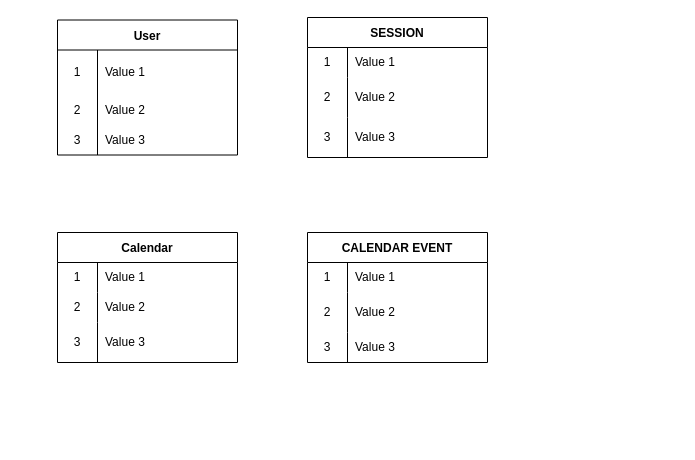
Above: db.scheme.drawio in levafedorov/calendar-body (draw.io), before the change. Source tidied: cells renumbered, new cells numbered last; positions are measured from the earlier drawing's top-left corner, leaving out a move shared by most shapes. Both pictures are drawn from the tidied source at 100%, with x=0, y=0 at pixel (57, 17).
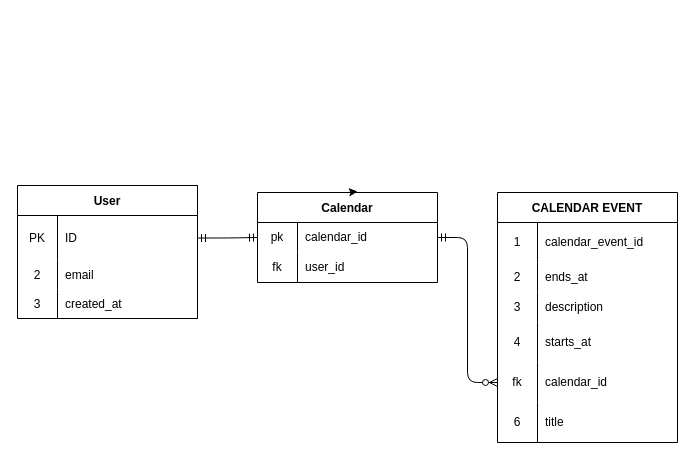
The same diagram, later.

The change refers to these unchanged cells:
```xml
<mxCell id="3" style="shape=tableRow;horizontal=0;startSize=0;swimlaneHead=0;swimlaneBody=0;top=0;left=0;bottom=0;right=0;fillColor=none;points=[[0,0.5],[1,0.5]];portConstraint=eastwest;" parent="2" vertex="1">
  <mxGeometry y="30" width="180" height="45" as="geometry" />
</mxCell>
<mxCell id="33" style="shape=tableRow;horizontal=0;startSize=0;swimlaneHead=0;swimlaneBody=0;top=0;left=0;bottom=0;right=0;fillColor=none;points=[[0,0.5],[1,0.5]];portConstraint=eastwest;" parent="32" vertex="1">
  <mxGeometry y="30" width="180" height="30" as="geometry" />
</mxCell>
<mxCell id="36" style="shape=tableRow;horizontal=0;startSize=0;swimlaneHead=0;swimlaneBody=0;top=0;left=0;bottom=0;right=0;fillColor=none;" parent="32" vertex="1">
  <mxGeometry y="60" width="180" height="30" as="geometry" />
</mxCell>
```

Diff of the diagram source:
```diff
@@
     <mxCell id="2" value="User" style="shape=table;startSize=30;childLayout=tableLayout;rowLines=0;fontStyle=1;" parent="1" vertex="1">
-      <mxGeometry y="2.5" width="180" height="135" as="geometry" />
+      <mxGeometry x="-40" y="168" width="180" height="133" as="geometry" />
     </mxCell>
@@
-    <mxCell id="4" value="1" style="shape=partialRectangle;html=1;whiteSpace=wrap;fillColor=none;top=0;left=0;bottom=0;right=0;overflow=hidden;" parent="3" vertex="1">
+    <mxCell id="4" value="PK" style="shape=partialRectangle;html=1;whiteSpace=wrap;fillColor=none;top=0;left=0;bottom=0;right=0;overflow=hidden;" parent="3" vertex="1">
       <mxGeometry width="40" height="45" as="geometry" />
     </mxCell>
-    <mxCell id="5" value="Value 1" style="shape=partialRectangle;html=1;whiteSpace=wrap;fillColor=none;top=0;left=0;bottom=0;right=0;align=left;spacingLeft=6;overflow=hidden;" parent="3" vertex="1">
+    <mxCell id="5" value="ID" style="shape=partialRectangle;html=1;whiteSpace=wrap;fillColor=none;top=0;left=0;bottom=0;right=0;align=left;spacingLeft=6;overflow=hidden;" parent="3" vertex="1">
       <mxGeometry x="40" width="140" height="45" as="geometry" />
     </mxCell>
-    <mxCell id="6" style="shape=tableRow;horizontal=0;startSize=0;swimlaneHead=0;swimlaneBody=0;top=0;left=0;bottom=0;right=0;fillColor=none;" parent="2" vertex="1">
-      <mxGeometry y="75" width="180" height="30" as="geometry" />
-    </mxCell>
-    <mxCell id="7" value="2" style="shape=partialRectangle;html=1;whiteSpace=wrap;fillColor=none;top=0;left=0;bottom=0;right=0;overflow=hidden;" parent="6" vertex="1">
-      <mxGeometry width="40" height="30" as="geometry" />
-    </mxCell>
-    <mxCell id="8" value="Value 2" style="shape=partialRectangle;html=1;whiteSpace=wrap;fillColor=none;top=0;left=0;bottom=0;right=0;align=left;spacingLeft=6;overflow=hidden;" parent="6" vertex="1">
-      <mxGeometry x="40" width="140" height="30" as="geometry" />
-    </mxCell>
-    <mxCell id="9" style="shape=tableRow;horizontal=0;startSize=0;swimlaneHead=0;swimlaneBody=0;top=0;left=0;bottom=0;right=0;fillColor=none;" parent="2" vertex="1">
-      <mxGeometry y="105" width="180" height="30" as="geometry" />
-    </mxCell>
-    <mxCell id="10" value="3" style="shape=partialRectangle;html=1;whiteSpace=wrap;fillColor=none;top=0;left=0;bottom=0;right=0;overflow=hidden;" parent="9" vertex="1">
-      <mxGeometry width="40" height="30" as="geometry" />
-    </mxCell>
-    <mxCell id="11" value="Value 3" style="shape=partialRectangle;html=1;whiteSpace=wrap;fillColor=none;top=0;left=0;bottom=0;right=0;align=left;spacingLeft=6;overflow=hidden;" parent="9" vertex="1">
-      <mxGeometry x="40" width="140" height="30" as="geometry" />
-    </mxCell>
-    <mxCell id="12" value="SESSION" style="shape=table;startSize=30;childLayout=tableLayout;rowLines=0;fontStyle=1;" parent="1" vertex="1">
-      <mxGeometry x="250" width="180" height="140" as="geometry" />
-    </mxCell>
-    <mxCell id="13" style="shape=tableRow;horizontal=0;startSize=0;swimlaneHead=0;swimlaneBody=0;top=0;left=0;bottom=0;right=0;fillColor=none;" parent="12" vertex="1">
-      <mxGeometry y="30" width="180" height="30" as="geometry" />
-    </mxCell>
-    <mxCell id="14" value="1" style="shape=partialRectangle;html=1;whiteSpace=wrap;fillColor=none;top=0;left=0;bottom=0;right=0;overflow=hidden;" parent="13" vertex="1">
-      <mxGeometry width="40" height="30" as="geometry" />
-    </mxCell>
-    <mxCell id="15" value="Value 1" style="shape=partialRectangle;html=1;whiteSpace=wrap;fillColor=none;top=0;left=0;bottom=0;right=0;align=left;spacingLeft=6;overflow=hidden;" parent="13" vertex="1">
-      <mxGeometry x="40" width="140" height="30" as="geometry" />
-    </mxCell>
-    <mxCell id="16" style="shape=tableRow;horizontal=0;startSize=0;swimlaneHead=0;swimlaneBody=0;top=0;left=0;bottom=0;right=0;fillColor=none;" parent="12" vertex="1">
-      <mxGeometry y="60" width="180" height="40" as="geometry" />
-    </mxCell>
-    <mxCell id="17" value="2" style="shape=partialRectangle;html=1;whiteSpace=wrap;fillColor=none;top=0;left=0;bottom=0;right=0;overflow=hidden;" parent="16" vertex="1">
-      <mxGeometry width="40" height="40" as="geometry" />
-    </mxCell>
-    <mxCell id="18" value="Value 2" style="shape=partialRectangle;html=1;whiteSpace=wrap;fillColor=none;top=0;left=0;bottom=0;right=0;align=left;spacingLeft=6;overflow=hidden;" parent="16" vertex="1">
-      <mxGeometry x="40" width="140" height="40" as="geometry" />
-    </mxCell>
-    <mxCell id="19" style="shape=tableRow;horizontal=0;startSize=0;swimlaneHead=0;swimlaneBody=0;top=0;left=0;bottom=0;right=0;fillColor=none;" parent="12" vertex="1">
-      <mxGeometry y="100" width="180" height="40" as="geometry" />
-    </mxCell>
-    <mxCell id="20" value="3" style="shape=partialRectangle;html=1;whiteSpace=wrap;fillColor=none;top=0;left=0;bottom=0;right=0;overflow=hidden;" parent="19" vertex="1">
-      <mxGeometry width="40" height="40" as="geometry" />
-    </mxCell>
-    <mxCell id="21" value="Value 3" style="shape=partialRectangle;html=1;whiteSpace=wrap;fillColor=none;top=0;left=0;bottom=0;right=0;align=left;spacingLeft=6;overflow=hidden;" parent="19" vertex="1">
-      <mxGeometry x="40" width="140" height="40" as="geometry" />
-    </mxCell>
+    <mxCell id="42" style="shape=tableRow;horizontal=0;startSize=0;swimlaneHead=0;swimlaneBody=0;top=0;left=0;bottom=0;right=0;fillColor=none;" parent="2" vertex="1">
+      <mxGeometry y="75" width="180" height="29" as="geometry" />
+    </mxCell>
+    <mxCell id="43" value="2" style="shape=partialRectangle;html=1;whiteSpace=wrap;fillColor=none;top=0;left=0;bottom=0;right=0;overflow=hidden;" parent="42" vertex="1">
+      <mxGeometry width="40" height="29" as="geometry" />
+    </mxCell>
+    <mxCell id="44" value="email" style="shape=partialRectangle;html=1;whiteSpace=wrap;fillColor=none;top=0;left=0;bottom=0;right=0;align=left;spacingLeft=6;overflow=hidden;" parent="42" vertex="1">
+      <mxGeometry x="40" width="140" height="29" as="geometry" />
+    </mxCell>
+    <mxCell id="45" style="shape=tableRow;horizontal=0;startSize=0;swimlaneHead=0;swimlaneBody=0;top=0;left=0;bottom=0;right=0;fillColor=none;" parent="2" vertex="1">
+      <mxGeometry y="104" width="180" height="29" as="geometry" />
+    </mxCell>
+    <mxCell id="46" value="3" style="shape=partialRectangle;html=1;whiteSpace=wrap;fillColor=none;top=0;left=0;bottom=0;right=0;overflow=hidden;" parent="45" vertex="1">
+      <mxGeometry width="40" height="29" as="geometry" />
+    </mxCell>
+    <mxCell id="47" value="created_at" style="shape=partialRectangle;html=1;whiteSpace=wrap;fillColor=none;top=0;left=0;bottom=0;right=0;align=left;spacingLeft=6;overflow=hidden;" parent="45" vertex="1">
+      <mxGeometry x="40" width="140" height="29" as="geometry" />
+    </mxCell>
     <mxCell id="22" value="CALENDAR EVENT" style="shape=table;startSize=30;childLayout=tableLayout;rowLines=0;fontStyle=1;" parent="1" vertex="1">
-      <mxGeometry x="250" y="215" width="180" height="130" as="geometry" />
+      <mxGeometry x="440" y="175" width="180" height="250" as="geometry" />
     </mxCell>
-    <mxCell id="23" style="shape=tableRow;horizontal=0;startSize=0;swimlaneHead=0;swimlaneBody=0;top=0;left=0;bottom=0;right=0;fillColor=none;" parent="22" vertex="1">
-      <mxGeometry y="30" width="180" height="30" as="geometry" />
-    </mxCell>
-    <mxCell id="24" value="1" style="shape=partialRectangle;html=1;whiteSpace=wrap;fillColor=none;top=0;left=0;bottom=0;right=0;overflow=hidden;" parent="23" vertex="1">
-      <mxGeometry width="40" height="30" as="geometry" />
-    </mxCell>
-    <mxCell id="25" value="Value 1" style="shape=partialRectangle;html=1;whiteSpace=wrap;fillColor=none;top=0;left=0;bottom=0;right=0;align=left;spacingLeft=6;overflow=hidden;" parent="23" vertex="1">
-      <mxGeometry x="40" width="140" height="30" as="geometry" />
-    </mxCell>
     <mxCell id="26" style="shape=tableRow;horizontal=0;startSize=0;swimlaneHead=0;swimlaneBody=0;top=0;left=0;bottom=0;right=0;fillColor=none;" parent="22" vertex="1">
-      <mxGeometry y="60" width="180" height="40" as="geometry" />
+      <mxGeometry y="30" width="180" height="40" as="geometry" />
     </mxCell>
-    <mxCell id="27" value="2" style="shape=partialRectangle;html=1;whiteSpace=wrap;fillColor=none;top=0;left=0;bottom=0;right=0;overflow=hidden;" parent="26" vertex="1">
+    <mxCell id="27" value="1" style="shape=partialRectangle;html=1;whiteSpace=wrap;fillColor=none;top=0;left=0;bottom=0;right=0;overflow=hidden;" parent="26" vertex="1">
       <mxGeometry width="40" height="40" as="geometry" />
     </mxCell>
-    <mxCell id="28" value="Value 2" style="shape=partialRectangle;html=1;whiteSpace=wrap;fillColor=none;top=0;left=0;bottom=0;right=0;align=left;spacingLeft=6;overflow=hidden;" parent="26" vertex="1">
+    <mxCell id="28" value="calendar_event_id" style="shape=partialRectangle;html=1;whiteSpace=wrap;fillColor=none;top=0;left=0;bottom=0;right=0;align=left;spacingLeft=6;overflow=hidden;" parent="26" vertex="1">
       <mxGeometry x="40" width="140" height="40" as="geometry" />
     </mxCell>
     <mxCell id="29" style="shape=tableRow;horizontal=0;startSize=0;swimlaneHead=0;swimlaneBody=0;top=0;left=0;bottom=0;right=0;fillColor=none;" parent="22" vertex="1">
-      <mxGeometry y="100" width="180" height="30" as="geometry" />
+      <mxGeometry y="70" width="180" height="30" as="geometry" />
     </mxCell>
-    <mxCell id="30" value="3" style="shape=partialRectangle;html=1;whiteSpace=wrap;fillColor=none;top=0;left=0;bottom=0;right=0;overflow=hidden;" parent="29" vertex="1">
+    <mxCell id="30" value="2" style="shape=partialRectangle;html=1;whiteSpace=wrap;fillColor=none;top=0;left=0;bottom=0;right=0;overflow=hidden;" parent="29" vertex="1">
       <mxGeometry width="40" height="30" as="geometry" />
     </mxCell>
-    <mxCell id="31" value="Value 3" style="shape=partialRectangle;html=1;whiteSpace=wrap;fillColor=none;top=0;left=0;bottom=0;right=0;align=left;spacingLeft=6;overflow=hidden;" parent="29" vertex="1">
+    <mxCell id="31" value="ends_at" style="shape=partialRectangle;html=1;whiteSpace=wrap;fillColor=none;top=0;left=0;bottom=0;right=0;align=left;spacingLeft=6;overflow=hidden;" parent="29" vertex="1">
       <mxGeometry x="40" width="140" height="30" as="geometry" />
     </mxCell>
+    <mxCell id="48" style="shape=tableRow;horizontal=0;startSize=0;swimlaneHead=0;swimlaneBody=0;top=0;left=0;bottom=0;right=0;fillColor=none;" parent="22" vertex="1">
+      <mxGeometry y="100" width="180" height="30" as="geometry" />
+    </mxCell>
+    <mxCell id="10" value="3" style="shape=partialRectangle;html=1;whiteSpace=wrap;fillColor=none;top=0;left=0;bottom=0;right=0;overflow=hidden;" parent="48" vertex="1">
+      <mxGeometry width="40" height="30" as="geometry" />
+    </mxCell>
+    <mxCell id="49" value="description" style="shape=partialRectangle;html=1;whiteSpace=wrap;fillColor=none;top=0;left=0;bottom=0;right=0;align=left;spacingLeft=6;overflow=hidden;" parent="48" vertex="1">
+      <mxGeometry x="40" width="140" height="30" as="geometry" />
+    </mxCell>
+    <mxCell id="50" style="shape=tableRow;horizontal=0;startSize=0;swimlaneHead=0;swimlaneBody=0;top=0;left=0;bottom=0;right=0;fillColor=none;" parent="22" vertex="1">
+      <mxGeometry y="130" width="180" height="40" as="geometry" />
+    </mxCell>
+    <mxCell id="51" value="4" style="shape=partialRectangle;html=1;whiteSpace=wrap;fillColor=none;top=0;left=0;bottom=0;right=0;overflow=hidden;" parent="50" vertex="1">
+      <mxGeometry width="40" height="40" as="geometry" />
+    </mxCell>
+    <mxCell id="52" value="starts_at" style="shape=partialRectangle;html=1;whiteSpace=wrap;fillColor=none;top=0;left=0;bottom=0;right=0;align=left;spacingLeft=6;overflow=hidden;" parent="50" vertex="1">
+      <mxGeometry x="40" width="140" height="40" as="geometry" />
+    </mxCell>
+    <mxCell id="53" style="shape=tableRow;horizontal=0;startSize=0;swimlaneHead=0;swimlaneBody=0;top=0;left=0;bottom=0;right=0;fillColor=none;points=[[0,0.5],[1,0.5]];portConstraint=eastwest;" parent="22" vertex="1">
+      <mxGeometry y="170" width="180" height="40" as="geometry" />
+    </mxCell>
+    <mxCell id="54" value="fk" style="shape=partialRectangle;html=1;whiteSpace=wrap;fillColor=none;top=0;left=0;bottom=0;right=0;overflow=hidden;" parent="53" vertex="1">
+      <mxGeometry width="40" height="40" as="geometry" />
+    </mxCell>
+    <mxCell id="55" value="calendar_id" style="shape=partialRectangle;html=1;whiteSpace=wrap;fillColor=none;top=0;left=0;bottom=0;right=0;align=left;spacingLeft=6;overflow=hidden;" parent="53" vertex="1">
+      <mxGeometry x="40" width="140" height="40" as="geometry" />
+    </mxCell>
+    <mxCell id="56" style="shape=tableRow;horizontal=0;startSize=0;swimlaneHead=0;swimlaneBody=0;top=0;left=0;bottom=0;right=0;fillColor=none;" parent="22" vertex="1">
+      <mxGeometry y="210" width="180" height="40" as="geometry" />
+    </mxCell>
+    <mxCell id="57" value="6" style="shape=partialRectangle;html=1;whiteSpace=wrap;fillColor=none;top=0;left=0;bottom=0;right=0;overflow=hidden;" parent="56" vertex="1">
+      <mxGeometry width="40" height="40" as="geometry" />
+    </mxCell>
+    <mxCell id="58" value="title" style="shape=partialRectangle;html=1;whiteSpace=wrap;fillColor=none;top=0;left=0;bottom=0;right=0;align=left;spacingLeft=6;overflow=hidden;" parent="56" vertex="1">
+      <mxGeometry x="40" width="140" height="40" as="geometry" />
+    </mxCell>
     <mxCell id="32" value="Calendar" style="shape=table;startSize=30;childLayout=tableLayout;rowLines=0;fontStyle=1;" parent="1" vertex="1">
-      <mxGeometry y="215" width="180" height="130" as="geometry" />
+      <mxGeometry x="200" y="175" width="180" height="90" as="geometry" />
     </mxCell>
@@
-    <mxCell id="34" value="1" style="shape=partialRectangle;html=1;whiteSpace=wrap;fillColor=none;top=0;left=0;bottom=0;right=0;overflow=hidden;" parent="33" vertex="1">
+    <mxCell id="34" value="pk" style="shape=partialRectangle;html=1;whiteSpace=wrap;fillColor=none;top=0;left=0;bottom=0;right=0;overflow=hidden;" parent="33" vertex="1">
       <mxGeometry width="40" height="30" as="geometry" />
     </mxCell>
-    <mxCell id="35" value="Value 1" style="shape=partialRectangle;html=1;whiteSpace=wrap;fillColor=none;top=0;left=0;bottom=0;right=0;align=left;spacingLeft=6;overflow=hidden;" parent="33" vertex="1">
+    <mxCell id="35" value="calendar_id" style="shape=partialRectangle;html=1;whiteSpace=wrap;fillColor=none;top=0;left=0;bottom=0;right=0;align=left;spacingLeft=6;overflow=hidden;" parent="33" vertex="1">
       <mxGeometry x="40" width="140" height="30" as="geometry" />
     </mxCell>
@@
-    <mxCell id="37" value="2" style="shape=partialRectangle;html=1;whiteSpace=wrap;fillColor=none;top=0;left=0;bottom=0;right=0;overflow=hidden;" parent="36" vertex="1">
+    <mxCell id="37" value="fk" style="shape=partialRectangle;html=1;whiteSpace=wrap;fillColor=none;top=0;left=0;bottom=0;right=0;overflow=hidden;" parent="36" vertex="1">
       <mxGeometry width="40" height="30" as="geometry" />
     </mxCell>
-    <mxCell id="38" value="Value 2" style="shape=partialRectangle;html=1;whiteSpace=wrap;fillColor=none;top=0;left=0;bottom=0;right=0;align=left;spacingLeft=6;overflow=hidden;" parent="36" vertex="1">
+    <mxCell id="38" value="user_id" style="shape=partialRectangle;html=1;whiteSpace=wrap;fillColor=none;top=0;left=0;bottom=0;right=0;align=left;spacingLeft=6;overflow=hidden;" parent="36" vertex="1">
       <mxGeometry x="40" width="140" height="30" as="geometry" />
     </mxCell>
-    <mxCell id="39" style="shape=tableRow;horizontal=0;startSize=0;swimlaneHead=0;swimlaneBody=0;top=0;left=0;bottom=0;right=0;fillColor=none;" parent="32" vertex="1">
-      <mxGeometry y="90" width="180" height="40" as="geometry" />
-    </mxCell>
-    <mxCell id="40" value="3" style="shape=partialRectangle;html=1;whiteSpace=wrap;fillColor=none;top=0;left=0;bottom=0;right=0;overflow=hidden;" parent="39" vertex="1">
-      <mxGeometry width="40" height="40" as="geometry" />
-    </mxCell>
-    <mxCell id="41" value="Value 3" style="shape=partialRectangle;html=1;whiteSpace=wrap;fillColor=none;top=0;left=0;bottom=0;right=0;align=left;spacingLeft=6;overflow=hidden;" parent="39" vertex="1">
-      <mxGeometry x="40" width="140" height="40" as="geometry" />
-    </mxCell>
+    <mxCell id="59" style="edgeStyle=none;html=1;exitX=0.5;exitY=0;exitDx=0;exitDy=0;entryX=0.556;entryY=-0.011;entryDx=0;entryDy=0;entryPerimeter=0;" parent="1" edge="1" source="32" target="32">
+      <mxGeometry relative="1" as="geometry" />
+    </mxCell>
+    <mxCell id="60" style="edgeStyle=entityRelationEdgeStyle;fontSize=12;html=1;endArrow=ERmandOne;startArrow=ERmandOne;entryX=0;entryY=0.5;entryDx=0;entryDy=0;exitX=1;exitY=0.5;exitDx=0;exitDy=0;" parent="1" edge="1" source="3" target="33">
+      <mxGeometry relative="1" as="geometry" />
+    </mxCell>
+    <mxCell id="61" style="edgeStyle=entityRelationEdgeStyle;fontSize=12;html=1;endArrow=ERzeroToMany;startArrow=ERmandOne;exitX=1;exitY=0.5;exitDx=0;exitDy=0;entryX=0;entryY=0.5;entryDx=0;entryDy=0;" parent="1" edge="1" source="33" target="53">
+      <mxGeometry relative="1" as="geometry" />
+    </mxCell>
```
